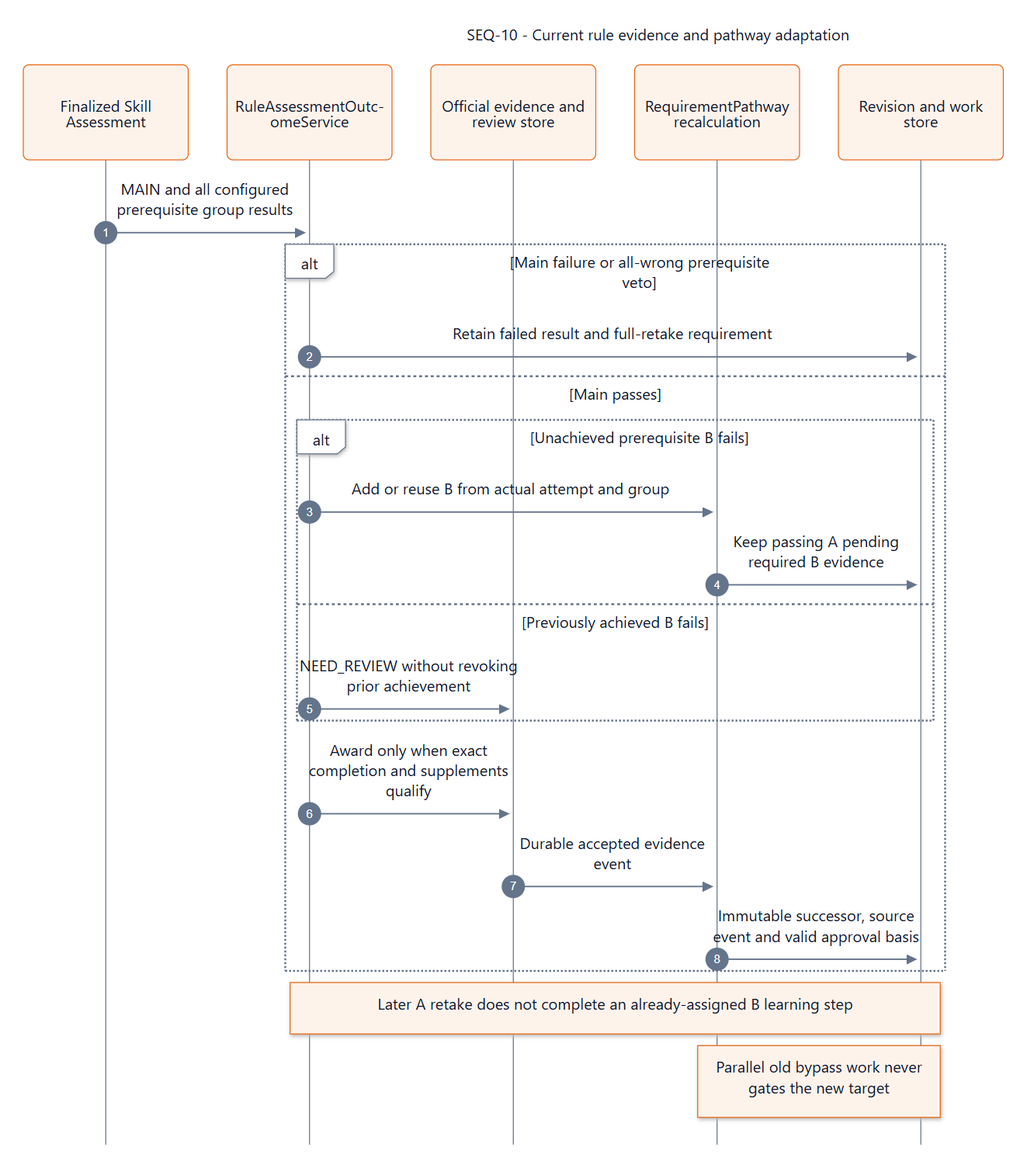
SEP490-Fall-2026-GFA26SE64/SEP490 keeps this Mermaid diagram as documents/diagrams/mermaid/seq-10.png. Above is the earlier version. Its source is kept beside it as documents/diagrams/mermaid/seq-10.mmd. The source it was exported from:
```mermaid
---
title: "SEQ-10 - Current rule evidence and pathway adaptation"
config: {"theme":"base","fontFamily":"Segoe UI, Arial, sans-serif","themeVariables":{"fontFamily":"Segoe UI, Arial, sans-serif","fontSize":"16px","primaryColor":"#ffffff","primaryTextColor":"#0f1729","primaryBorderColor":"#64748b","secondaryColor":"#fef3eb","tertiaryColor":"#ffffff","lineColor":"#64748b","textColor":"#0f1729","mainBkg":"#ffffff","background":"#ffffff","clusterBkg":"#ffffff","clusterBorder":"#64748b","edgeLabelBackground":"#ffffff","titleColor":"#0f1729","noteBkgColor":"#fef3eb","noteTextColor":"#0f1729","noteBorderColor":"#e6650f","actorBkg":"#fef3eb","actorBorder":"#e6650f","actorTextColor":"#0f1729","actorLineColor":"#64748b","signalColor":"#64748b","signalTextColor":"#0f1729","labelBoxBkgColor":"#ffffff","labelBoxBorderColor":"#64748b","labelTextColor":"#0f1729","loopTextColor":"#0f1729","activationBkgColor":"#fef3eb","activationBorderColor":"#e6650f","sequenceNumberColor":"#ffffff","secondaryBorderColor":"#64748b","tertiaryBorderColor":"#64748b","secondaryTextColor":"#0f1729","tertiaryTextColor":"#0f1729"},"sequence":{"actorMargin":40,"width":170,"height":56,"diagramMarginX":24,"diagramMarginY":24,"boxMargin":12,"boxTextMargin":8,"noteMargin":16,"messageMargin":38,"mirrorActors":false,"wrap":true,"wrapPadding":12,"actorFontSize":15,"messageFontSize":14,"noteFontSize":14,"actorFontFamily":"Segoe UI, Arial, sans-serif","messageFontFamily":"Segoe UI, Arial, sans-serif","noteFontFamily":"Segoe UI, Arial, sans-serif"},"themeCSS":".actor-line { stroke-width: 1px; }"}
---

sequenceDiagram
  autonumber
  participant Attempt as Finalized Skill Assessment
  participant Outcome as RuleAssessmentOutcomeService
  participant Evidence as Official evidence and review store
  participant Pathway as RequirementPathway recalculation
  participant PG as Revision and work store
  Attempt->>Outcome: MAIN and all configured prerequisite group results
  alt Main failure or all-wrong prerequisite veto
    Outcome->>PG: Retain failed result and full-retake requirement
  else Main passes
    alt Unachieved prerequisite B fails
      Outcome->>Pathway: Add or reuse B from actual attempt and group
      Pathway->>PG: Keep passing A pending required B evidence
    else Previously achieved B fails
      Outcome->>Evidence: NEED_REVIEW without revoking prior achievement
    end
    Outcome->>Evidence: Award only when exact completion and supplements qualify
    Evidence->>Pathway: Durable accepted evidence event
    Pathway->>PG: Immutable successor, source event and valid approval basis
  end
  Note over Outcome,PG: Later A retake does not complete an already-assigned B learning step
  Note over Pathway,PG: Parallel old bypass work never gates the new target
```
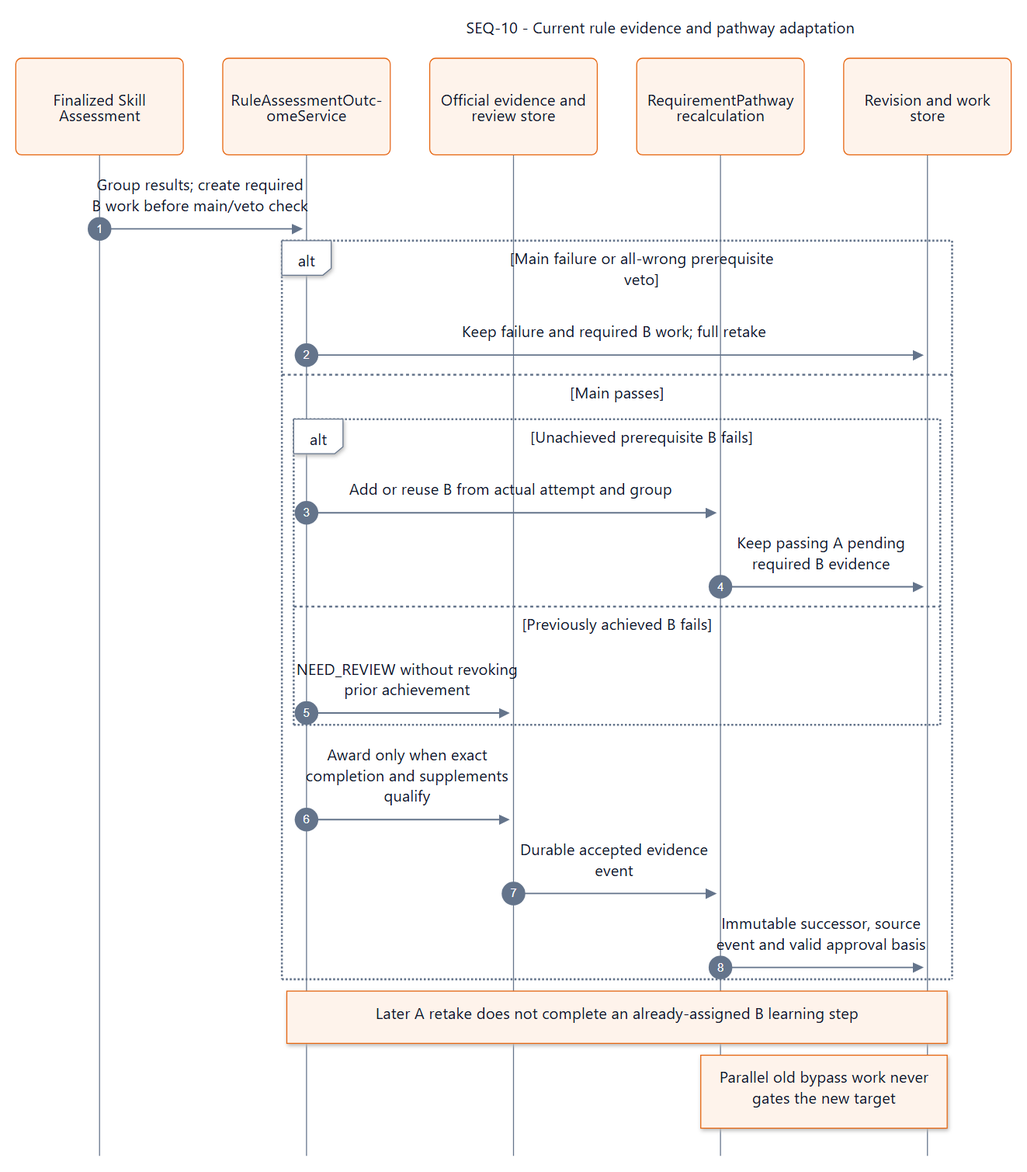
Later version of the same file.

The edit, as a diff of the source:
```diff
@@ -10,9 +10,9 @@
   participant Evidence as Official evidence and review store
   participant Pathway as RequirementPathway recalculation
   participant PG as Revision and work store
-  Attempt->>Outcome: MAIN and all configured prerequisite group results
+  Attempt->>Outcome: Group results; create required B work before main/veto check
   alt Main failure or all-wrong prerequisite veto
-    Outcome->>PG: Retain failed result and full-retake requirement
+    Outcome->>PG: Keep failure and required B work; full retake
   else Main passes
     alt Unachieved prerequisite B fails
       Outcome->>Pathway: Add or reuse B from actual attempt and group
```
